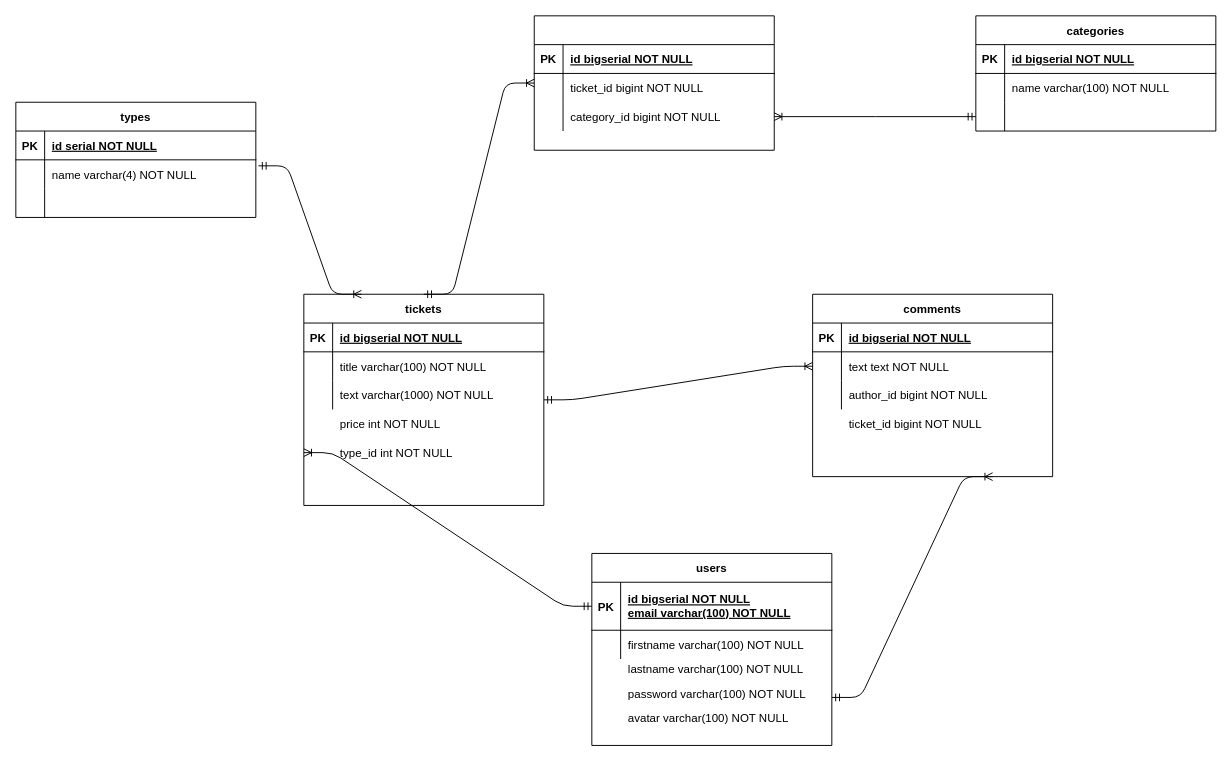
htmlacademy-nodejs/1103621-buy-and-sell-3 keeps this draw.io diagram as db-models/logical-model.drawio. Above is the earlier version. Source tidied: cells renumbered, new cells numbered last; positions are measured from the earlier drawing's top-left corner, leaving out a move shared by most shapes. Both pictures are drawn from the tidied source at 96%, with x=0, y=0 at pixel (15, 15).
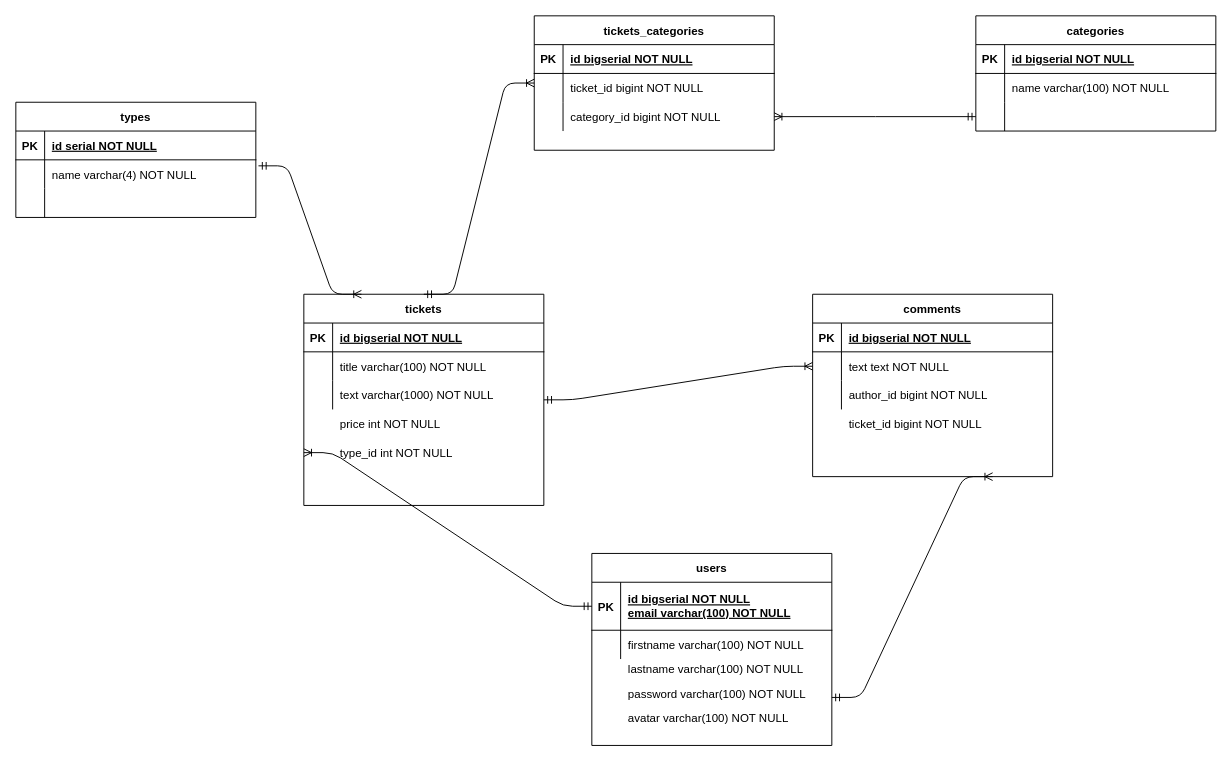
Above is the later version.

The edit, as a diff of the source:
```diff
@@
-    <mxCell id="36" value=" " style="shape=table;startSize=30;childLayout=tableLayout;rowLines=0;fontStyle=1;align=center;" parent="1" vertex="1">
+    <mxCell id="36" value="tickets_categories" style="shape=table;startSize=30;childLayout=tableLayout;rowLines=0;fontStyle=1;align=center;" parent="1" vertex="1">
       <mxGeometry x="540" width="250" height="140" as="geometry" />
     </mxCell>
```
